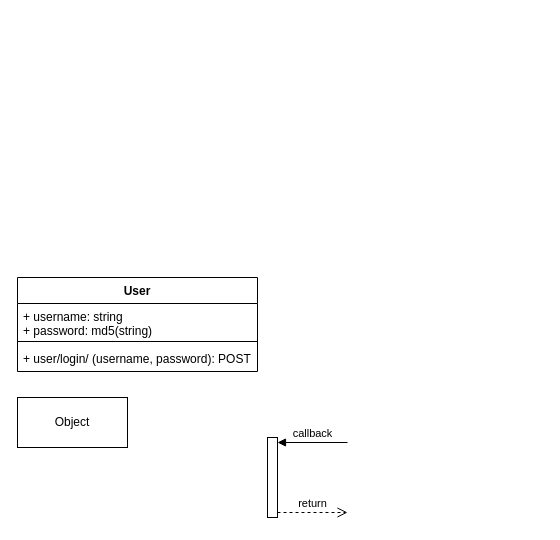
Before: page "API Authorization Workflow" (1 of 2) of scholar-api-flows1.drawio in olougepa/scholar-api, a draw.io diagram. Source tidied: cells renumbered, new cells numbered last; positions are measured from the earlier drawing's top-left corner, leaving out a move shared by most shapes. Both pictures are drawn from the tidied source at 100%, with x=0, y=0 at pixel (17, 277).
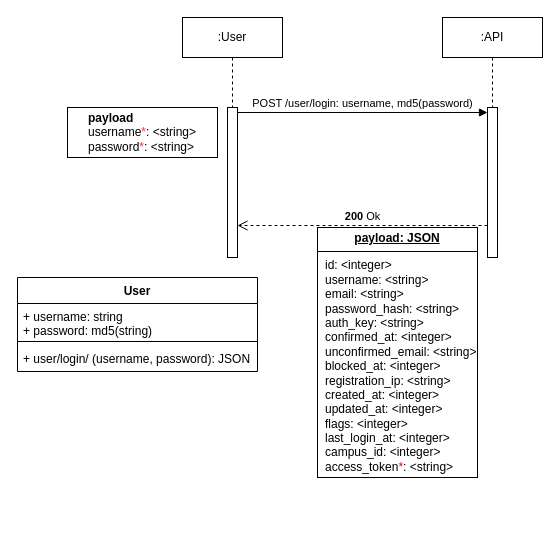
Above is the later version.

Diff of the diagram source:
```diff
@@
 <mxGraphModel>
   <root>
     <mxCell id="0" />
     <mxCell id="1" parent="0" />
     <mxCell id="2" value="User" style="swimlane;fontStyle=1;align=center;verticalAlign=top;horizontal=1;startSize=26;whiteSpace=wrap;html=1;" parent="1" vertex="1">
       <mxGeometry width="240" height="94" as="geometry" />
     </mxCell>
     <mxCell id="3" value="+ username: string&lt;div&gt;+ password: md5(string)&lt;/div&gt;" style="text;strokeColor=none;fillColor=none;align=left;verticalAlign=top;spacingLeft=4;spacingRight=4;overflow=hidden;whiteSpace=wrap;html=1;" parent="2" vertex="1">
       <mxGeometry y="26" width="240" height="34" as="geometry" />
     </mxCell>
     <mxCell id="4" style="line;strokeWidth=1;fillColor=none;align=left;verticalAlign=middle;spacingTop=-1;spacingLeft=3;spacingRight=3;labelPosition=right;strokeColor=inherit;" parent="2" vertex="1">
       <mxGeometry y="60" width="240" height="8" as="geometry" />
     </mxCell>
-    <mxCell id="5" value="+ user/login/ (username, password): POST" style="text;strokeColor=none;fillColor=none;align=left;verticalAlign=top;spacingLeft=4;spacingRight=4;overflow=hidden;whiteSpace=wrap;html=1;" parent="2" vertex="1">
+    <mxCell id="5" value="+ user/login/ (username, password): JSON" style="text;strokeColor=none;fillColor=none;align=left;verticalAlign=top;spacingLeft=4;spacingRight=4;overflow=hidden;whiteSpace=wrap;html=1;" parent="2" vertex="1">
       <mxGeometry y="68" width="240" height="26" as="geometry" />
     </mxCell>
-    <mxCell id="6" value="Object" style="html=1;whiteSpace=wrap;" parent="1" vertex="1">
-      <mxGeometry y="120" width="110" height="50" as="geometry" />
-    </mxCell>
-    <mxCell id="7" style="html=1;points=[[0,0,0,0,5],[0,1,0,0,-5],[1,0,0,0,5],[1,1,0,0,-5]];perimeter=orthogonalPerimeter;outlineConnect=0;targetShapes=umlLifeline;portConstraint=eastwest;newEdgeStyle={&quot;curved&quot;:0,&quot;rounded&quot;:0};" parent="1" vertex="1">
-      <mxGeometry x="250" y="160" width="10" height="80" as="geometry" />
-    </mxCell>
-    <mxCell id="8" value="callback" style="html=1;verticalAlign=bottom;endArrow=block;curved=0;rounded=0;entryX=1;entryY=0;entryDx=0;entryDy=5;" parent="1" edge="1" target="7">
-      <mxGeometry relative="1" as="geometry">
-        <mxPoint x="330" y="165" as="sourcePoint" />
-      </mxGeometry>
-    </mxCell>
-    <mxCell id="9" value="return" style="html=1;verticalAlign=bottom;endArrow=open;dashed=1;endSize=8;curved=0;rounded=0;exitX=1;exitY=1;exitDx=0;exitDy=-5;" parent="1" edge="1" source="7">
-      <mxGeometry relative="1" as="geometry">
-        <mxPoint x="330" y="235" as="targetPoint" />
-      </mxGeometry>
-    </mxCell>
+    <mxCell id="10" style="html=1;points=[[0,0,0,0,5],[0,1,0,0,-5],[1,0,0,0,5],[1,1,0,0,-5]];perimeter=orthogonalPerimeter;outlineConnect=0;targetShapes=umlLifeline;portConstraint=eastwest;newEdgeStyle={&quot;curved&quot;:0,&quot;rounded&quot;:0};" parent="1" vertex="1">
+      <mxGeometry x="470" y="-170" width="10" height="150" as="geometry" />
+    </mxCell>
+    <mxCell id="11" value="POST /user/login: username, md5(password)" style="html=1;verticalAlign=bottom;endArrow=block;curved=0;rounded=0;entryX=0;entryY=0;entryDx=0;entryDy=5;" parent="1" edge="1" source="13" target="10">
+      <mxGeometry relative="1" as="geometry" />
+    </mxCell>
+    <mxCell id="12" value="&lt;b&gt;200&lt;/b&gt; Ok" style="html=1;verticalAlign=bottom;endArrow=open;dashed=1;endSize=8;curved=0;rounded=0;" parent="1" edge="1" source="10">
+      <mxGeometry relative="1" as="geometry">
+        <mxPoint x="220" y="-52" as="targetPoint" />
+      </mxGeometry>
+    </mxCell>
+    <mxCell id="13" style="html=1;points=[[0,0,0,0,5],[0,1,0,0,-5],[1,0,0,0,5],[1,1,0,0,-5]];perimeter=orthogonalPerimeter;outlineConnect=0;targetShapes=umlLifeline;portConstraint=eastwest;newEdgeStyle={&quot;curved&quot;:0,&quot;rounded&quot;:0};" parent="1" vertex="1">
+      <mxGeometry x="210" y="-170" width="10" height="150" as="geometry" />
+    </mxCell>
+    <mxCell id="14" value="&lt;p style=&quot;margin:0px;margin-top:4px;text-align:center;text-decoration:underline;&quot;&gt;&lt;b&gt;payload: JSON&lt;/b&gt;&lt;/p&gt;&lt;hr size=&quot;1&quot; style=&quot;border-style:solid;&quot;&gt;&lt;p style=&quot;margin:0px;margin-left:8px;&quot;&gt;id: &amp;lt;integer&amp;gt;&lt;br&gt;username: &amp;lt;string&amp;gt;&lt;br&gt;email: &amp;lt;string&amp;gt;&lt;/p&gt;&lt;p style=&quot;margin:0px;margin-left:8px;&quot;&gt;password_hash: &amp;lt;string&amp;gt;&lt;/p&gt;&lt;p style=&quot;margin:0px;margin-left:8px;&quot;&gt;auth_key: &amp;lt;string&amp;gt;&lt;/p&gt;&lt;p style=&quot;margin:0px;margin-left:8px;&quot;&gt;confirmed_at: &amp;lt;integer&amp;gt;&lt;/p&gt;&lt;p style=&quot;margin:0px;margin-left:8px;&quot;&gt;unconfirmed_email: &amp;lt;string&amp;gt;&lt;/p&gt;&lt;p style=&quot;margin:0px;margin-left:8px;&quot;&gt;blocked_at: &amp;lt;integer&amp;gt;&lt;/p&gt;&lt;p style=&quot;margin:0px;margin-left:8px;&quot;&gt;registration_ip: &amp;lt;string&amp;gt;&lt;/p&gt;&lt;p style=&quot;margin:0px;margin-left:8px;&quot;&gt;created_at: &amp;lt;integer&amp;gt;&lt;/p&gt;&lt;p style=&quot;margin:0px;margin-left:8px;&quot;&gt;updated_at: &amp;lt;integer&amp;gt;&lt;/p&gt;&lt;p style=&quot;margin:0px;margin-left:8px;&quot;&gt;flags: &amp;lt;integer&amp;gt;&lt;/p&gt;&lt;p style=&quot;margin:0px;margin-left:8px;&quot;&gt;last_login_at: &amp;lt;integer&amp;gt;&lt;/p&gt;&lt;p style=&quot;margin:0px;margin-left:8px;&quot;&gt;campus_id: &amp;lt;integer&amp;gt;&lt;/p&gt;&lt;p style=&quot;margin:0px;margin-left:8px;&quot;&gt;access_token&lt;font color=&quot;#ff0000&quot;&gt;*&lt;/font&gt;: &amp;lt;string&amp;gt;&lt;/p&gt;" style="verticalAlign=top;align=left;overflow=fill;html=1;whiteSpace=wrap;" parent="1" vertex="1">
+      <mxGeometry x="300" y="-50" width="160" height="250" as="geometry" />
+    </mxCell>
+    <mxCell id="15" value=":User" style="shape=umlLifeline;perimeter=lifelinePerimeter;whiteSpace=wrap;html=1;newEdgeStyle={&quot;curved&quot;:0,&quot;rounded&quot;:0};" parent="1" vertex="1">
+      <mxGeometry x="165" y="-260" width="100" height="90" as="geometry" />
+    </mxCell>
+    <mxCell id="16" value=":API" style="shape=umlLifeline;perimeter=lifelinePerimeter;whiteSpace=wrap;html=1;newEdgeStyle={&quot;curved&quot;:0,&quot;rounded&quot;:0};" parent="1" vertex="1">
+      <mxGeometry x="425" y="-260" width="100" height="90" as="geometry" />
+    </mxCell>
+    <mxCell id="17" value="&lt;div style=&quot;text-align: left;&quot;&gt;&lt;b style=&quot;background-color: initial;&quot;&gt;payload&lt;/b&gt;&lt;/div&gt;&lt;div style=&quot;text-align: left;&quot;&gt;username&lt;font color=&quot;#ff3333&quot;&gt;*&lt;/font&gt;: &amp;lt;string&amp;gt;&lt;/div&gt;&lt;div style=&quot;text-align: left;&quot;&gt;password&lt;font color=&quot;#ff3333&quot;&gt;*&lt;/font&gt;: &amp;lt;string&amp;gt;&lt;/div&gt;" style="html=1;whiteSpace=wrap;" parent="1" vertex="1">
+      <mxGeometry x="50" y="-170" width="150" height="50" as="geometry" />
+    </mxCell>
   </root>
 </mxGraphModel>
```
